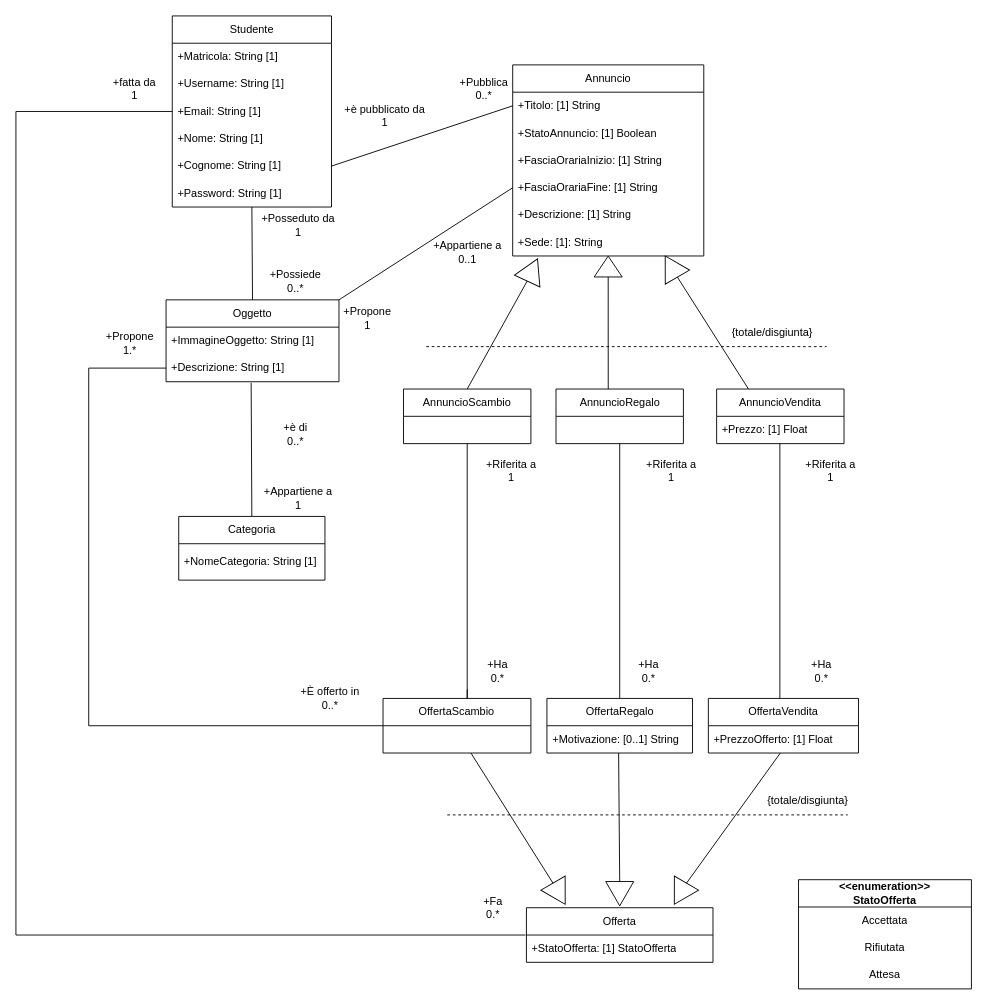
Above: diagramma_concettuale_pre_ristrutturazione.drawio in giuseeee88/UninaSwap-BDD (draw.io), before the change. Source tidied: cells renumbered, new cells numbered last; positions are measured from the earlier drawing's top-left corner, leaving out a move shared by most shapes. Both pictures are drawn from the tidied source at 91%, with x=0, y=0 at pixel (15, 15).
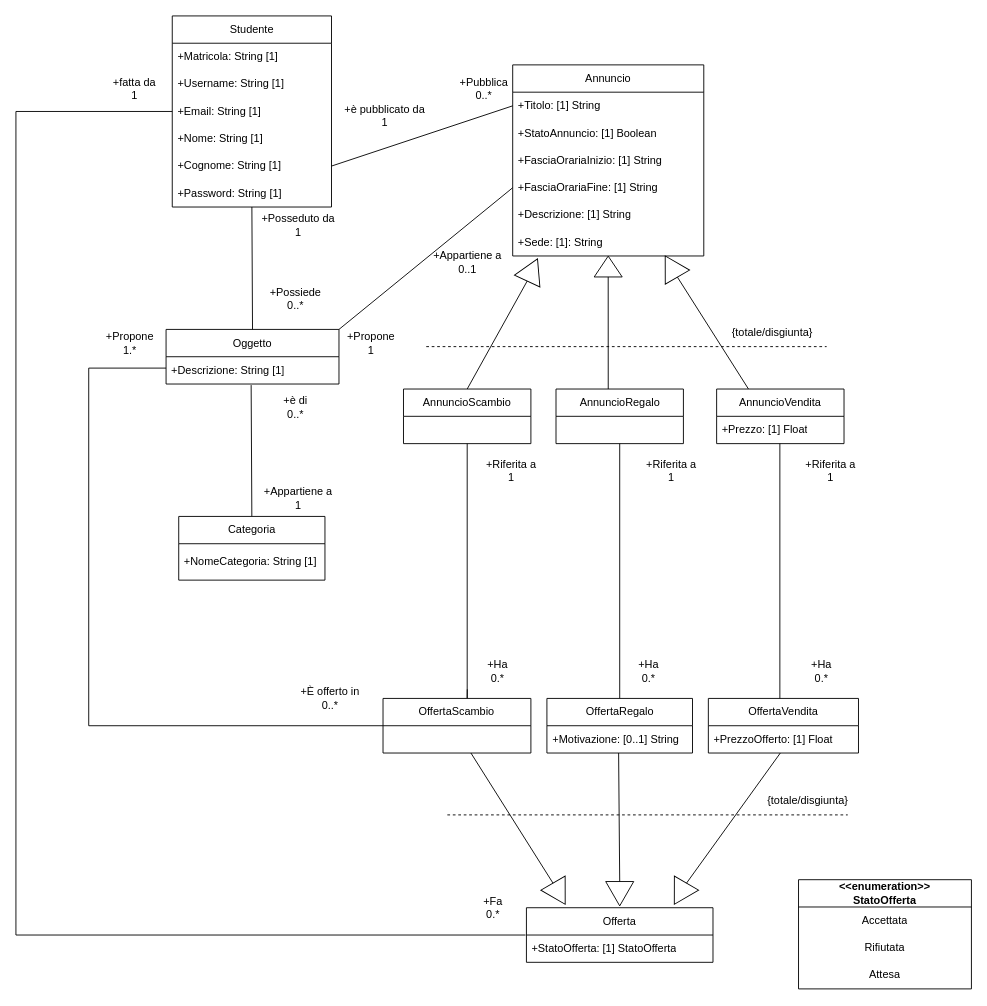
The same diagram, later.

Commit message (it also covers changes not shown here):
Modifiche al class diagram

The edit, as a diff of the source:
```diff
@@
     <mxCell id="9" value="Oggetto" style="swimlane;fontStyle=0;horizontal=1;startSize=30;whiteSpace=wrap;html=1;" parent="1" vertex="1">
-      <mxGeometry x="165" y="312" width="190" height="90" as="geometry" />
+      <mxGeometry x="165" y="344.5" width="190" height="60" as="geometry" />
     </mxCell>
-    <mxCell id="10" value="+ImmagineOggetto: String [1]" style="text;strokeColor=none;fillColor=none;align=left;verticalAlign=middle;spacingLeft=4;spacingRight=4;overflow=hidden;whiteSpace=wrap;html=1;" parent="9" vertex="1">
-      <mxGeometry y="30" width="190" height="30" as="geometry" />
-    </mxCell>
     <mxCell id="11" value="+Descrizione: String [1]" style="text;strokeColor=none;fillColor=none;align=left;verticalAlign=middle;spacingLeft=4;spacingRight=4;overflow=hidden;points=[[0,0.5],[1,0.5]];portConstraint=eastwest;whiteSpace=wrap;html=1;" parent="9" vertex="1">
-      <mxGeometry y="60" width="190" height="30" as="geometry" />
+      <mxGeometry y="30" width="190" height="30" as="geometry" />
     </mxCell>
@@
     <mxCell id="39" value="+Possiede&lt;div&gt;0..*&lt;/div&gt;" style="text;html=1;align=center;verticalAlign=middle;strokeColor=none;fillColor=none;" parent="1" vertex="1">
-      <mxGeometry x="266.8" y="272" width="80" height="40" as="geometry" />
+      <mxGeometry x="266.8" y="290.8" width="80" height="40" as="geometry" />
     </mxCell>
     <mxCell id="40" value="+Propone&lt;div&gt;1&lt;/div&gt;" style="text;html=1;align=center;verticalAlign=middle;strokeColor=none;fillColor=none;" parent="1" vertex="1">
-      <mxGeometry x="345.9" y="312" width="80" height="40" as="geometry" />
+      <mxGeometry x="350" y="340" width="80" height="40" as="geometry" />
     </mxCell>
     <mxCell id="41" value="+Appartiene a&lt;div&gt;0..1&lt;/div&gt;" style="text;html=1;align=center;verticalAlign=middle;strokeColor=none;fillColor=none;" parent="1" vertex="1">
-      <mxGeometry x="445.9" y="240" width="100" height="40" as="geometry" />
+      <mxGeometry x="445.9" y="250.8" width="100" height="40" as="geometry" />
     </mxCell>
@@
     <mxCell id="78" value="+è di&lt;br&gt;0..*" style="text;html=1;align=center;verticalAlign=middle;strokeColor=none;fillColor=none;" parent="1" vertex="1">
-      <mxGeometry x="281.8" y="440" width="50" height="40" as="geometry" />
+      <mxGeometry x="281.8" y="410" width="50" height="40" as="geometry" />
     </mxCell>
```
